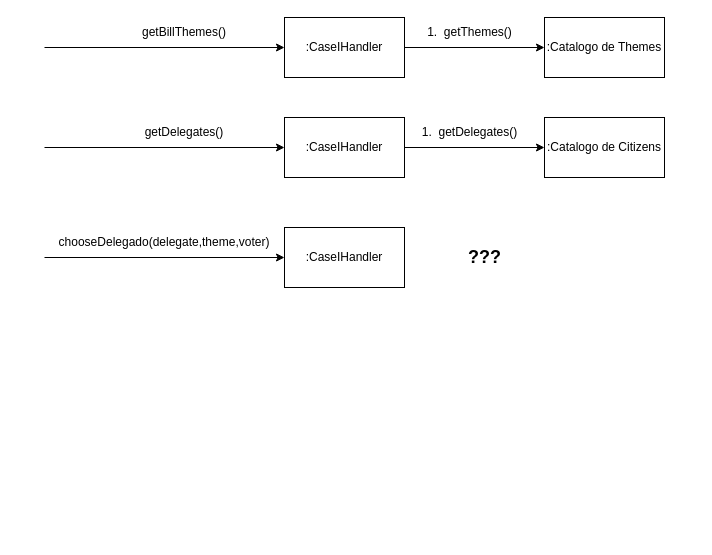
The draw.io diagram page "Page-6" (6 of 8) of docs/IDs.drawio in thiagottvd/democracia2, before the edit. Source tidied: cells renumbered, new cells numbered last; positions are measured from the earlier drawing's top-left corner, leaving out a move shared by most shapes. Both pictures are drawn from the tidied source at 100%, with x=0, y=0 at pixel (44, 17).
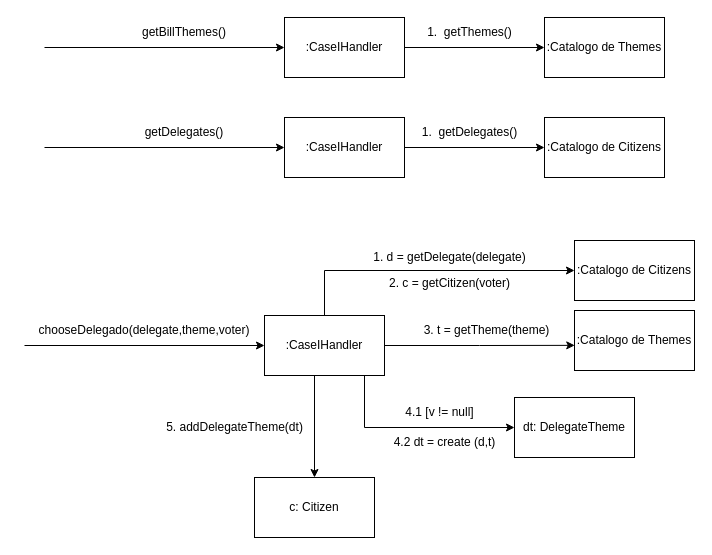
Above is the later version.

Commit message (it also covers changes not shown here):
All DelegateTheme logic is now modeled

Change to the diagram source:
```diff
@@
     <mxCell id="14" style="edgeStyle=orthogonalEdgeStyle;rounded=0;jettySize=auto;html=1;endArrow=none;endFill=0;startArrow=classic;startFill=1;" parent="1" edge="1" source="15">
       <mxGeometry relative="1" as="geometry">
-        <mxPoint y="240" as="targetPoint" />
+        <mxPoint x="-20" y="328" as="targetPoint" />
       </mxGeometry>
     </mxCell>
+    <mxCell id="18" style="edgeStyle=orthogonalEdgeStyle;rounded=0;jettySize=auto;html=1;entryX=0.002;entryY=0.581;entryDx=0;entryDy=0;entryPerimeter=0;" parent="1" edge="1" source="15" target="22">
+      <mxGeometry relative="1" as="geometry" />
+    </mxCell>
+    <mxCell id="19" style="edgeStyle=orthogonalEdgeStyle;rounded=0;jettySize=auto;html=1;entryX=0;entryY=0.5;entryDx=0;entryDy=0;" parent="1" edge="1" source="15" target="24">
+      <mxGeometry relative="1" as="geometry">
+        <Array as="points">
+          <mxPoint x="280" y="253" />
+        </Array>
+      </mxGeometry>
+    </mxCell>
+    <mxCell id="20" style="edgeStyle=orthogonalEdgeStyle;rounded=0;jettySize=auto;html=1;" parent="1" edge="1" source="15" target="27">
+      <mxGeometry relative="1" as="geometry">
+        <Array as="points">
+          <mxPoint x="320" y="410" />
+        </Array>
+      </mxGeometry>
+    </mxCell>
+    <mxCell id="21" style="edgeStyle=orthogonalEdgeStyle;rounded=0;jettySize=auto;html=1;entryX=0.5;entryY=0;entryDx=0;entryDy=0;" parent="1" edge="1" source="15" target="30">
+      <mxGeometry relative="1" as="geometry">
+        <Array as="points">
+          <mxPoint x="270" y="460" />
+        </Array>
+      </mxGeometry>
+    </mxCell>
     <mxCell id="15" value=":CaseIHandler" style="rounded=0;whiteSpace=wrap;html=1;" parent="1" vertex="1">
-      <mxGeometry x="240" y="210" width="120" height="60" as="geometry" />
+      <mxGeometry x="220" y="298" width="120" height="60" as="geometry" />
     </mxCell>
     <mxCell id="16" value="chooseDelegado(delegate,theme,voter)" style="text;html=1;strokeColor=none;fillColor=none;align=center;verticalAlign=middle;whiteSpace=wrap;rounded=0;" parent="1" vertex="1">
-      <mxGeometry x="20" y="210" width="200" height="30" as="geometry" />
+      <mxGeometry y="298" width="200" height="30" as="geometry" />
     </mxCell>
-    <mxCell id="17" value="&lt;b&gt;&lt;font style=&quot;font-size: 18px;&quot;&gt;???&lt;/font&gt;&lt;/b&gt;" style="text;html=1;align=center;verticalAlign=middle;strokeColor=none;fillColor=none;" parent="1" vertex="1">
-      <mxGeometry x="410" y="220" width="60" height="40" as="geometry" />
-    </mxCell>
+    <mxCell id="22" value=":Catalogo de Themes" style="whiteSpace=wrap;html=1;" parent="1" vertex="1">
+      <mxGeometry x="530" y="293" width="120" height="60" as="geometry" />
+    </mxCell>
+    <mxCell id="23" value="3. t = getTheme(theme)" style="text;html=1;align=center;verticalAlign=middle;strokeColor=none;fillColor=none;" parent="1" vertex="1">
+      <mxGeometry x="367" y="298" width="150" height="30" as="geometry" />
+    </mxCell>
+    <mxCell id="24" value=":Catalogo de Citizens" style="whiteSpace=wrap;html=1;" parent="1" vertex="1">
+      <mxGeometry x="530" y="223" width="120" height="60" as="geometry" />
+    </mxCell>
+    <mxCell id="25" value="1. d = getDelegate(delegate)" style="text;html=1;align=center;verticalAlign=middle;strokeColor=none;fillColor=none;" parent="1" vertex="1">
+      <mxGeometry x="315" y="225" width="180" height="30" as="geometry" />
+    </mxCell>
+    <mxCell id="26" value="2. c = getCitizen(voter)" style="text;html=1;align=center;verticalAlign=middle;strokeColor=none;fillColor=none;" parent="1" vertex="1">
+      <mxGeometry x="335" y="251" width="140" height="30" as="geometry" />
+    </mxCell>
+    <mxCell id="27" value="dt: DelegateTheme" style="rounded=0;whiteSpace=wrap;html=1;" parent="1" vertex="1">
+      <mxGeometry x="470" y="380" width="120" height="60" as="geometry" />
+    </mxCell>
+    <mxCell id="28" value="4.2 dt = create (d,t)" style="text;html=1;align=center;verticalAlign=middle;strokeColor=none;fillColor=none;" parent="1" vertex="1">
+      <mxGeometry x="335" y="410" width="130" height="30" as="geometry" />
+    </mxCell>
+    <mxCell id="29" value="4.1 [v != null]" style="text;html=1;align=center;verticalAlign=middle;strokeColor=none;fillColor=none;" parent="1" vertex="1">
+      <mxGeometry x="350" y="380" width="90" height="30" as="geometry" />
+    </mxCell>
+    <mxCell id="30" value="c: Citizen" style="rounded=0;whiteSpace=wrap;html=1;" parent="1" vertex="1">
+      <mxGeometry x="210" y="460" width="120" height="60" as="geometry" />
+    </mxCell>
+    <mxCell id="31" value="5. addDelegateTheme(dt)" style="text;html=1;align=center;verticalAlign=middle;strokeColor=none;fillColor=none;" parent="1" vertex="1">
+      <mxGeometry x="110" y="395" width="160" height="30" as="geometry" />
+    </mxCell>
```
